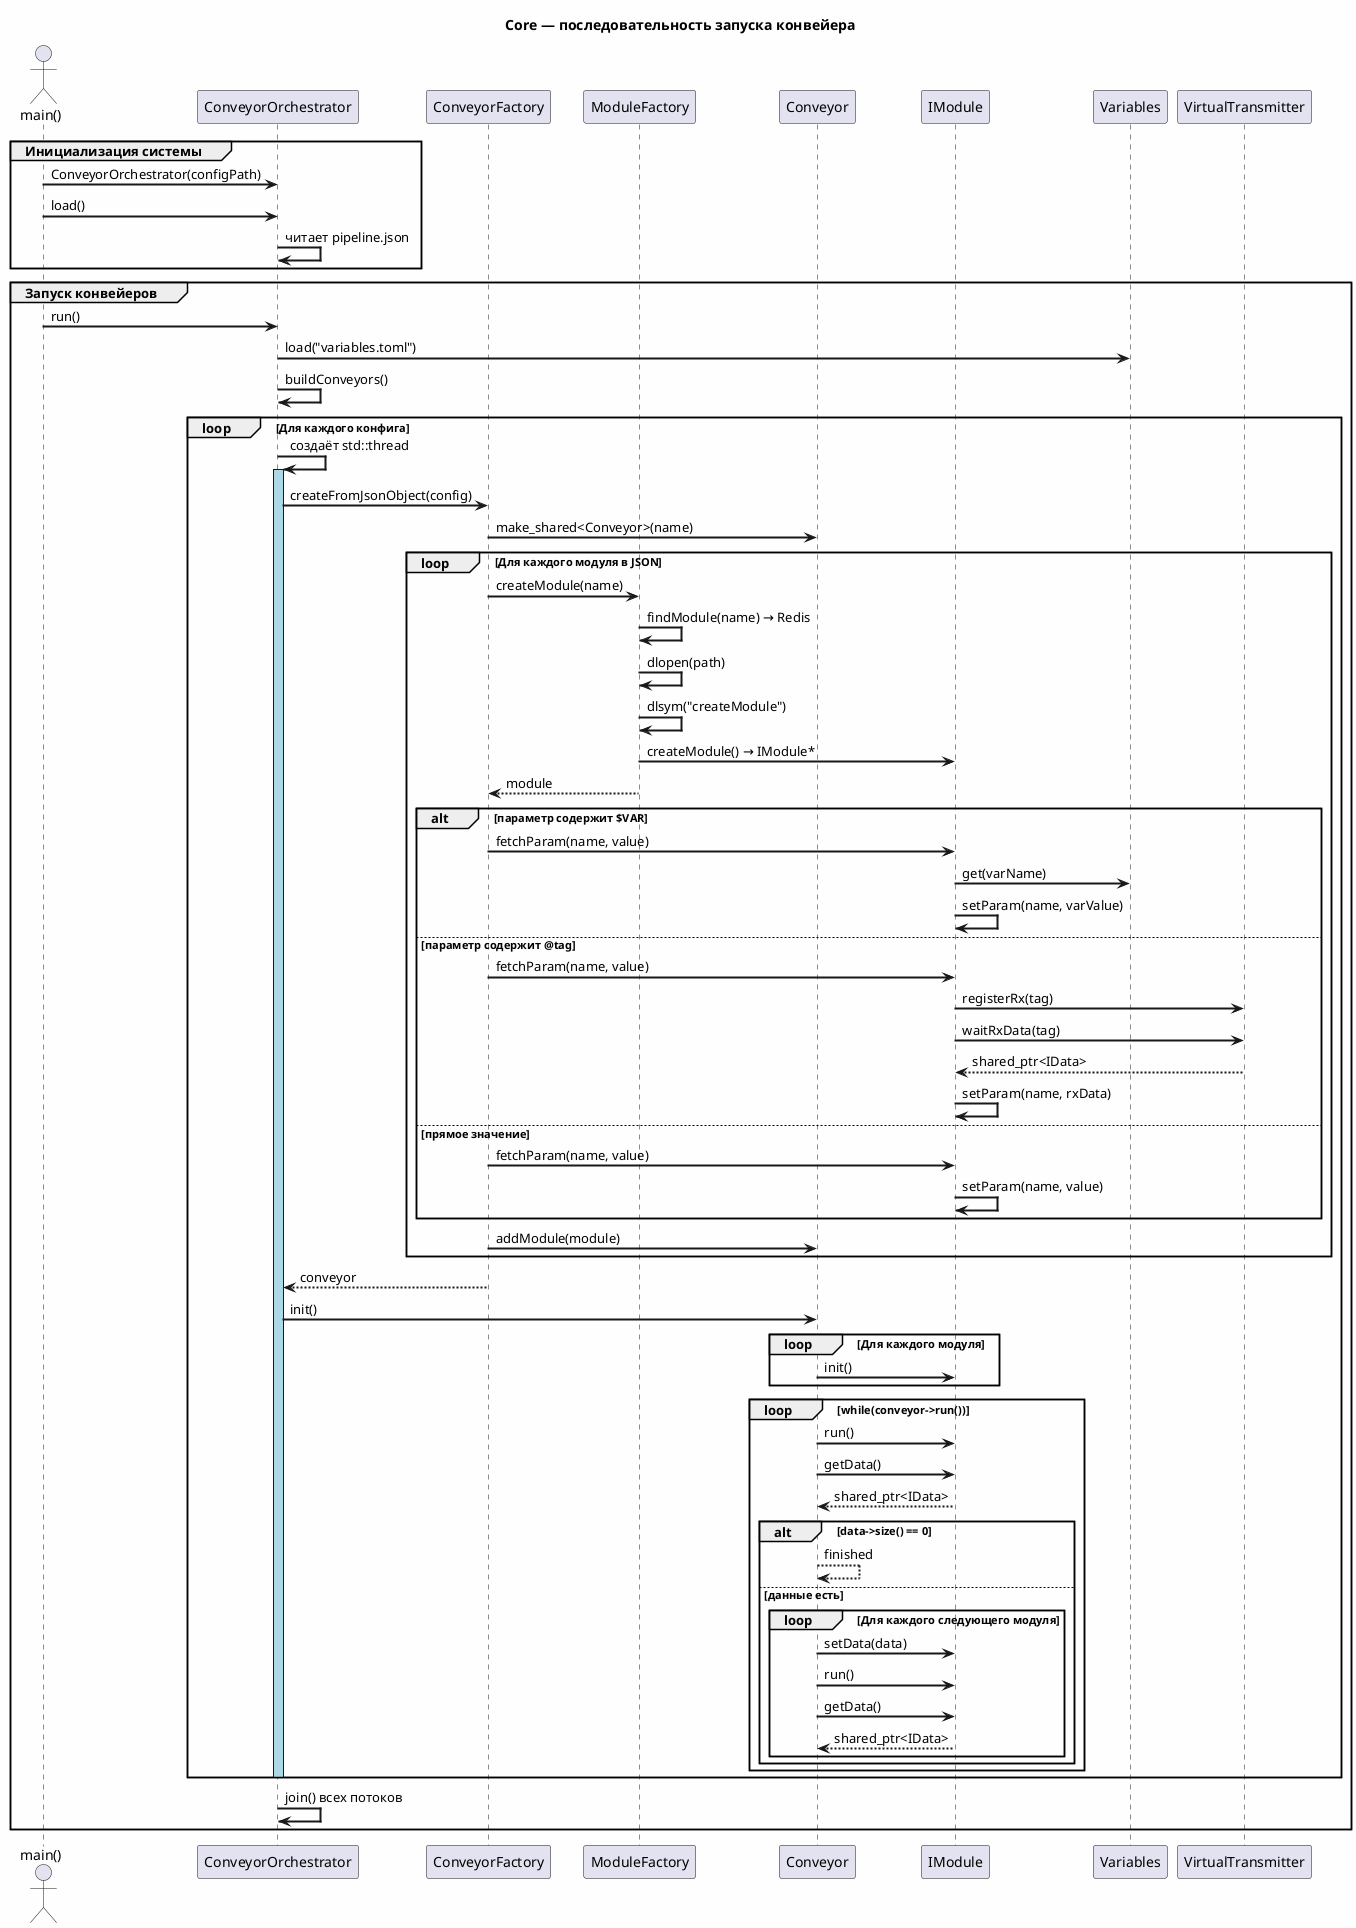
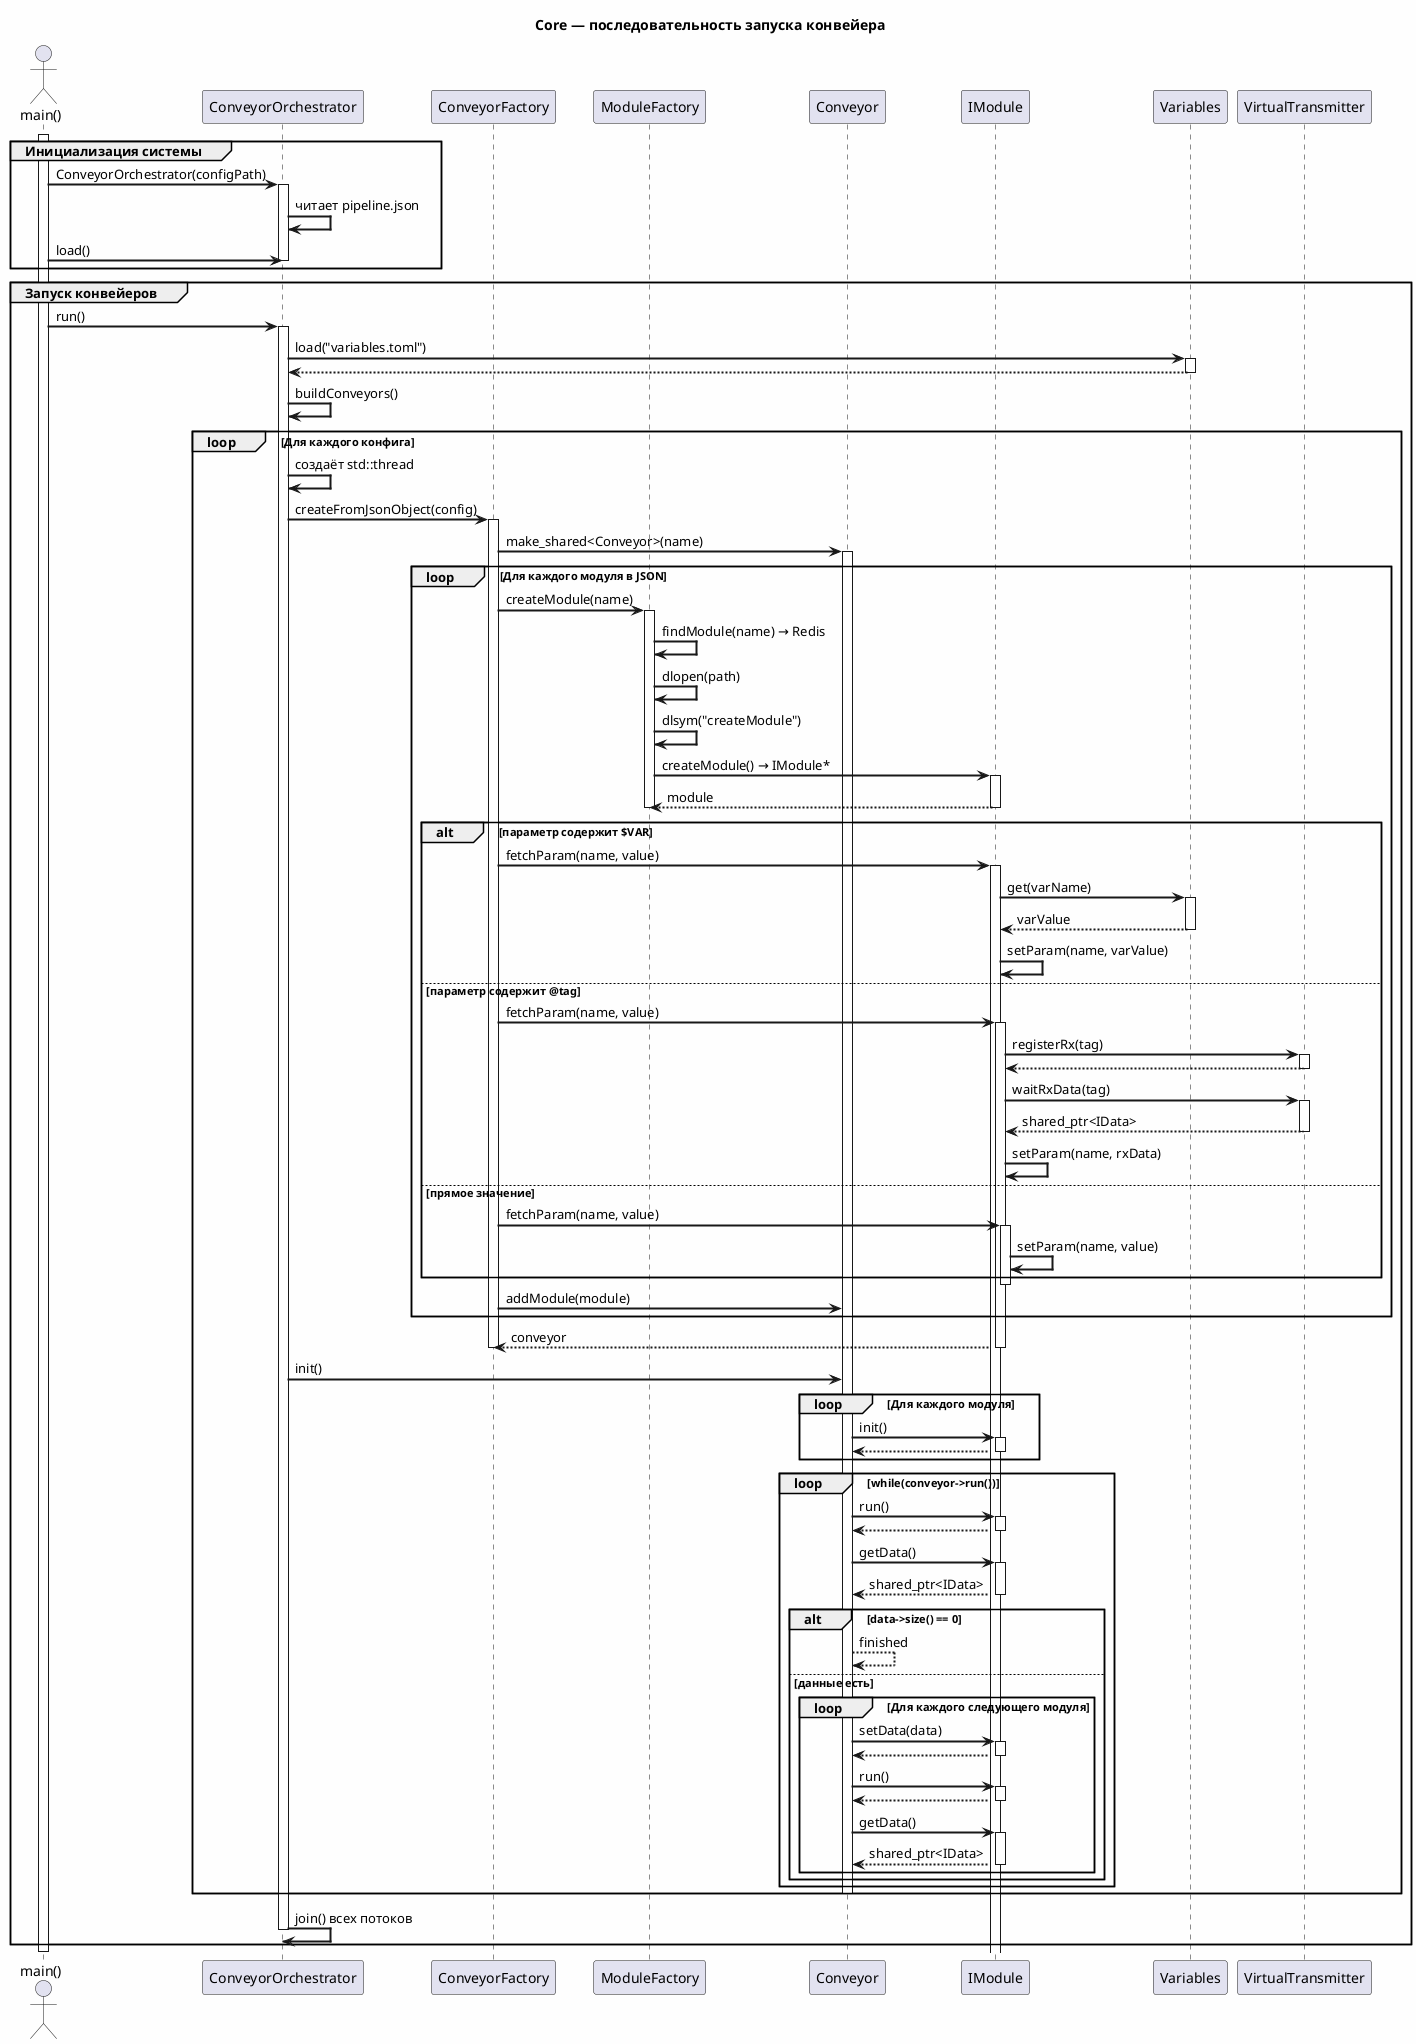
@startuml
skinparam backgroundColor #FEFEFE
skinparam sequenceArrowThickness 2

title Core — последовательность запуска конвейера

actor "main()" as Main
participant "ConveyorOrchestrator" as CO
participant "ConveyorFactory" as CF
participant "ModuleFactory" as MF
participant "Conveyor" as CV
participant "IModule" as MOD
participant "Variables" as VAR
participant "VirtualTransmitter" as VT

group Инициализация системы
-     Main -> CO : ConveyorOrchestrator(configPath)
+     activate Main
+     Main -> CO ++ : ConveyorOrchestrator(configPath)
+     CO -> CO : читает pipeline.json
    Main -> CO : load()
-     CO -> CO : читает pipeline.json
+     deactivate CO
end

group Запуск конвейеров
-     Main -> CO : run()
-     CO -> VAR : load("variables.toml")
+     Main -> CO ++ : run()
+     CO -> VAR ++ : load("variables.toml")
+     return
    CO -> CO : buildConveyors()

    loop Для каждого конфига
        CO -> CO : создаёт std::thread
-         activate CO #LightBlue

-         CO -> CF : createFromJsonObject(config)
-         CF -> CV : make_shared<Conveyor>(name)
+         CO -> CF ++ : createFromJsonObject(config)
+         CF -> CV ++ : make_shared<Conveyor>(name)

        loop Для каждого модуля в JSON
-             CF -> MF : createModule(name)
+             CF -> MF ++ : createModule(name)
            MF -> MF : findModule(name) → Redis
            MF -> MF : dlopen(path)
            MF -> MF : dlsym("createModule")
-             MF -> MOD : createModule() → IModule*
-             MF --> CF : module
+             MF -> MOD ++ : createModule() → IModule*
+             return module
+             deactivate MF

            alt параметр содержит $VAR
-                 CF -> MOD : fetchParam(name, value)
-                 MOD -> VAR : get(varName)
+                 CF -> MOD ++ : fetchParam(name, value)
+                 MOD -> VAR ++ : get(varName)
+                 return varValue
                MOD -> MOD : setParam(name, varValue)
            else параметр содержит @tag
-                 CF -> MOD : fetchParam(name, value)
-                 MOD -> VT : registerRx(tag)
-                 MOD -> VT : waitRxData(tag)
-                 VT --> MOD : shared_ptr<IData>
+                 CF -> MOD ++ : fetchParam(name, value)
+                 MOD -> VT ++ : registerRx(tag)
+                 return
+                 MOD -> VT ++ : waitRxData(tag)
+                 return shared_ptr<IData>
                MOD -> MOD : setParam(name, rxData)
            else прямое значение
-                 CF -> MOD : fetchParam(name, value)
+                 CF -> MOD ++ : fetchParam(name, value)
                MOD -> MOD : setParam(name, value)
            end
+             deactivate MOD

            CF -> CV : addModule(module)
        end

-         CF --> CO : conveyor
+         return conveyor
+         deactivate CF
+ 
        CO -> CV : init()
        loop Для каждого модуля
-             CV -> MOD : init()
+             CV -> MOD ++ : init()
+             return
        end

        loop while(conveyor->run())
-             CV -> MOD : run()
-             CV -> MOD : getData()
-             MOD --> CV : shared_ptr<IData>
+             CV -> MOD ++ : run()
+             return
+             CV -> MOD ++ : getData()
+             return shared_ptr<IData>

            alt data->size() == 0
                CV --> CV : finished
            else данные есть
                loop Для каждого следующего модуля
-                     CV -> MOD : setData(data)
-                     CV -> MOD : run()
-                     CV -> MOD : getData()
-                     MOD --> CV : shared_ptr<IData>
+                     CV -> MOD ++ : setData(data)
+                     return
+                     CV -> MOD ++ : run()
+                     return
+                     CV -> MOD ++ : getData()
+                     return shared_ptr<IData>
                end
            end
        end

-         deactivate CO
+         deactivate CV
    end

    CO -> CO : join() всех потоков
+     deactivate CO
end

+ deactivate Main
@enduml
